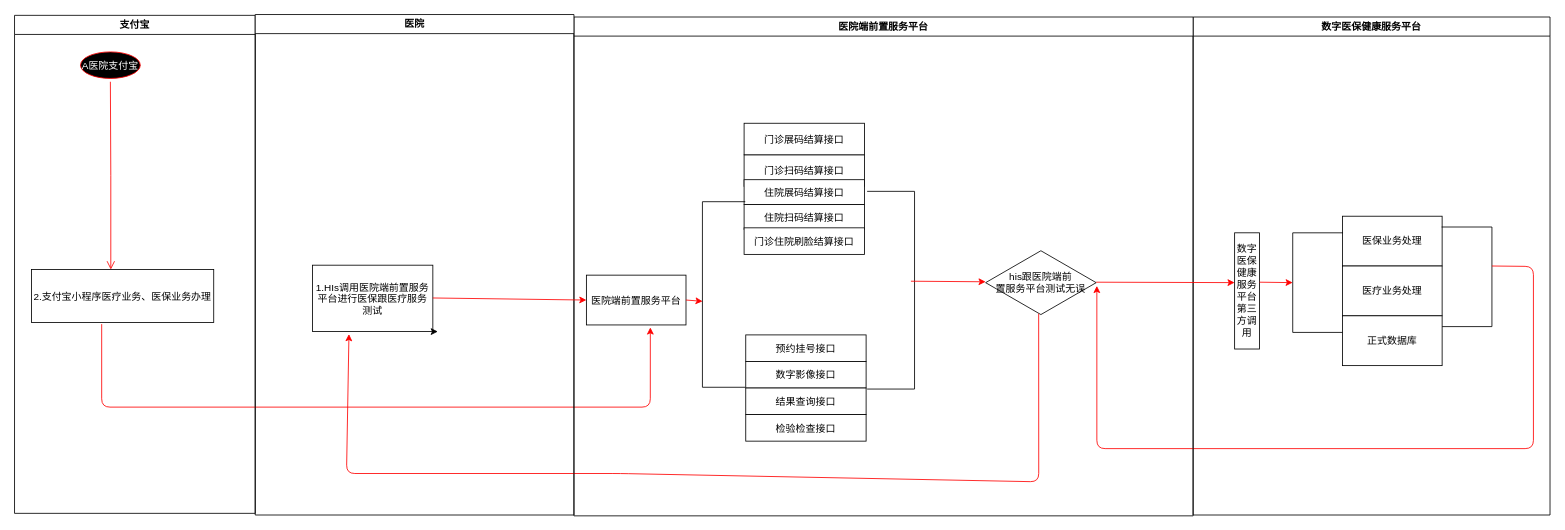
Above: scis-master/Untitled Diagram.drawio in yangyutf/Springscxx (draw.io), before the change. Source tidied: cells renumbered, new cells numbered last; positions are measured from the earlier drawing's top-left corner, leaving out a move shared by most shapes. Both pictures are drawn from the tidied source at 83%, with x=0, y=0 at pixel (14, 14).
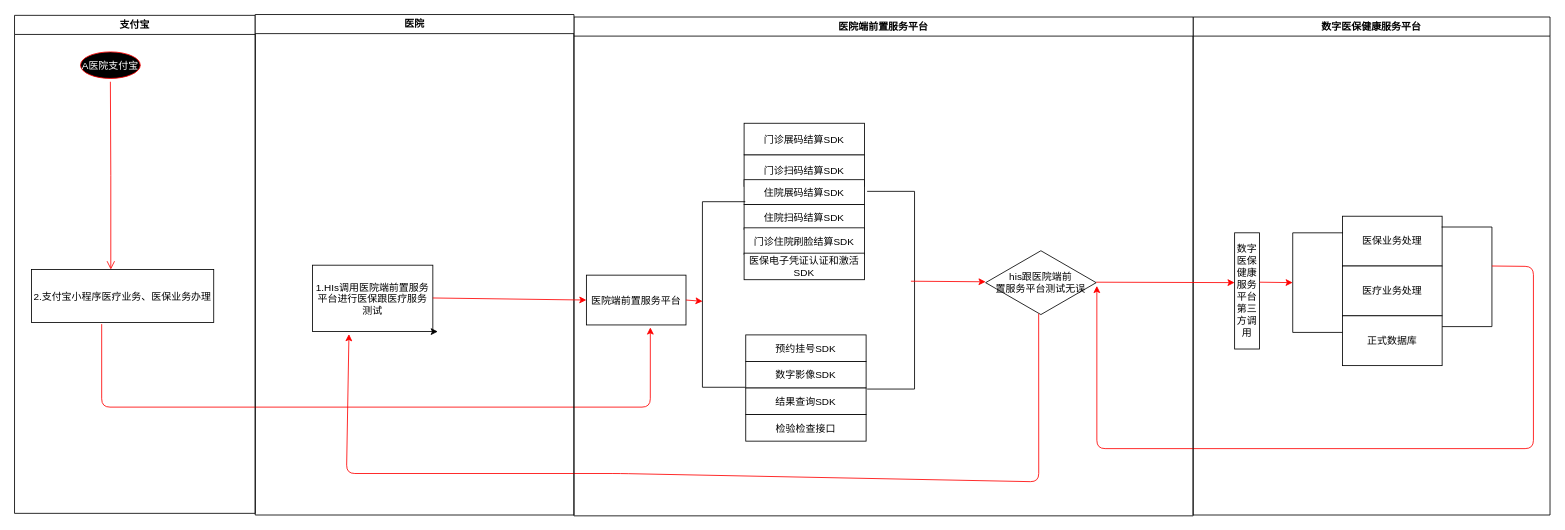
After the change.

Unchanged cells that the change refers to:
```xml
<mxCell id="17" value="医院端前置服务平台" style="swimlane;whiteSpace=wrap;" parent="1" vertex="1">
  <mxGeometry x="674" y="3" width="746" height="601" as="geometry" />
</mxCell>
```

The edit, as a diff of the source:
```diff
@@
-    <mxCell id="18" value="门诊扫码结算接口" parent="17" vertex="1">
+    <mxCell id="18" value="门诊扫码结算SDK" parent="17" vertex="1">
       <mxGeometry x="205" y="166" width="145" height="38" as="geometry" />
     </mxCell>
-    <mxCell id="19" value="住院展码结算接口" parent="17" vertex="1">
+    <mxCell id="19" value="住院展码结算SDK" parent="17" vertex="1">
       <mxGeometry x="205" y="196" width="145" height="30" as="geometry" />
     </mxCell>
-    <mxCell id="20" value="住院扫码结算接口" parent="17" vertex="1">
+    <mxCell id="20" value="住院扫码结算SDK" parent="17" vertex="1">
       <mxGeometry x="205" y="226" width="145" height="30" as="geometry" />
     </mxCell>
-    <mxCell id="21" value="门诊住院刷脸结算接口" parent="17" vertex="1">
+    <mxCell id="21" value="门诊住院刷脸结算SDK" parent="17" vertex="1">
       <mxGeometry x="205" y="254" width="145" height="32" as="geometry" />
     </mxCell>
-    <mxCell id="22" value="门诊展码结算接口" parent="17" vertex="1">
+    <mxCell id="22" value="门诊展码结算SDK" parent="17" vertex="1">
       <mxGeometry x="205" y="128" width="145" height="38" as="geometry" />
     </mxCell>
@@
-    <mxCell id="25" value="预约挂号接口" parent="17" vertex="1">
+    <mxCell id="25" value="预约挂号SDK" parent="17" vertex="1">
       <mxGeometry x="207" y="383" width="145" height="32" as="geometry" />
     </mxCell>
-    <mxCell id="26" value="数字影像接口" parent="17" vertex="1">
+    <mxCell id="26" value="数字影像SDK" parent="17" vertex="1">
       <mxGeometry x="207" y="415" width="145" height="32" as="geometry" />
     </mxCell>
-    <mxCell id="27" value="结果查询接口" parent="17" vertex="1">
+    <mxCell id="27" value="结果查询SDK" parent="17" vertex="1">
       <mxGeometry x="207" y="447" width="145" height="32" as="geometry" />
     </mxCell>
@@
+    <mxCell id="39" value="医保电子凭证认证和激活&#10;SDK" parent="17" vertex="1">
+      <mxGeometry x="205" y="284.5" width="145" height="32" as="geometry" />
+    </mxCell>
```
